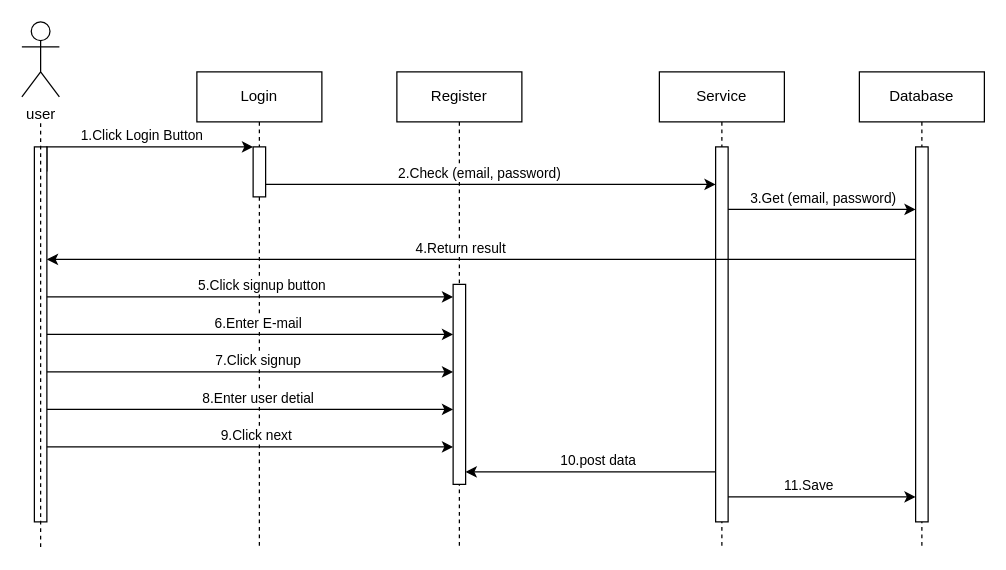
The draw.io diagram sequence.drawio in B-Chidsanu/project1, before the edit. Source tidied: cells renumbered, new cells numbered last; positions are measured from the earlier drawing's top-left corner, leaving out a move shared by most shapes. Both pictures are drawn from the tidied source at 125%, with x=0, y=0 at pixel (21, 21).
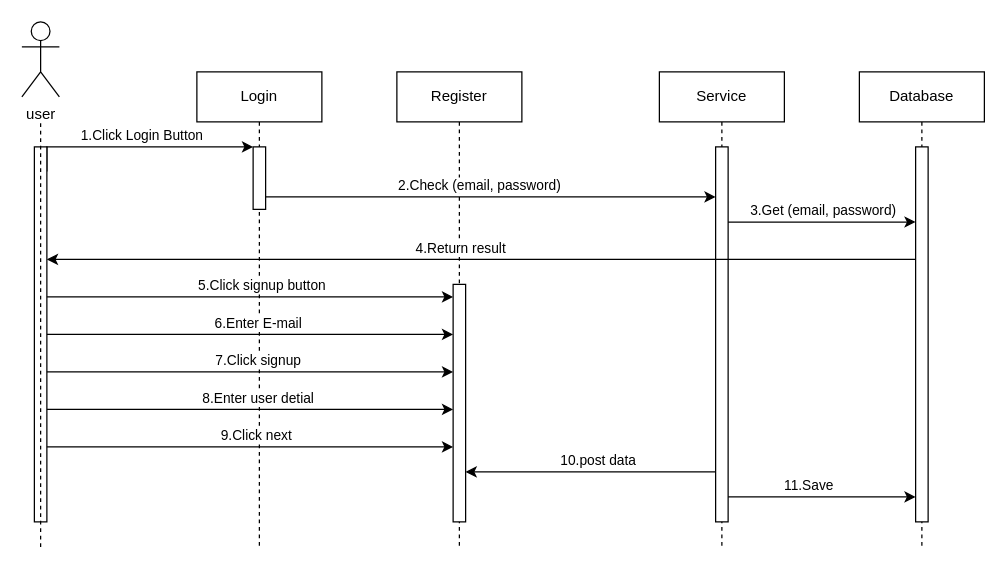
After the change.

Unchanged cells that the change refers to:
```xml
<mxCell id="2" value="Login" style="shape=umlLifeline;perimeter=lifelinePerimeter;whiteSpace=wrap;html=1;newEdgeStyle={&quot;edgeStyle&quot;:&quot;elbowEdgeStyle&quot;,&quot;elbow&quot;:&quot;vertical&quot;,&quot;curved&quot;:0,&quot;rounded&quot;:0};" parent="1" vertex="1">
  <mxGeometry x="140" y="40" width="100" height="380" as="geometry" />
</mxCell>
<mxCell id="13" value="Register" style="shape=umlLifeline;perimeter=lifelinePerimeter;whiteSpace=wrap;html=1;newEdgeStyle={&quot;edgeStyle&quot;:&quot;elbowEdgeStyle&quot;,&quot;elbow&quot;:&quot;vertical&quot;,&quot;curved&quot;:0,&quot;rounded&quot;:0};" parent="1" vertex="1">
  <mxGeometry x="300" y="40" width="100" height="380" as="geometry" />
</mxCell>
<mxCell id="18" style="html=1;points=[];perimeter=orthogonalPerimeter;outlineConnect=0;targetShapes=umlLifeline;portConstraint=eastwest;newEdgeStyle={&quot;edgeStyle&quot;:&quot;elbowEdgeStyle&quot;,&quot;elbow&quot;:&quot;vertical&quot;,&quot;curved&quot;:0,&quot;rounded&quot;:0};" parent="17" vertex="1">
  <mxGeometry x="45" y="60" width="10" height="300" as="geometry" />
</mxCell>
```

What changed in the source:
```diff
@@
     <mxCell id="3" style="html=1;points=[];perimeter=orthogonalPerimeter;outlineConnect=0;targetShapes=umlLifeline;portConstraint=eastwest;newEdgeStyle={&quot;edgeStyle&quot;:&quot;elbowEdgeStyle&quot;,&quot;elbow&quot;:&quot;vertical&quot;,&quot;curved&quot;:0,&quot;rounded&quot;:0};" parent="2" vertex="1">
-      <mxGeometry x="45" y="60" width="10" height="40" as="geometry" />
+      <mxGeometry x="45" y="60" width="10" height="50" as="geometry" />
     </mxCell>
@@
     <mxCell id="14" style="html=1;points=[];perimeter=orthogonalPerimeter;outlineConnect=0;targetShapes=umlLifeline;portConstraint=eastwest;newEdgeStyle={&quot;edgeStyle&quot;:&quot;elbowEdgeStyle&quot;,&quot;elbow&quot;:&quot;vertical&quot;,&quot;curved&quot;:0,&quot;rounded&quot;:0};" parent="13" vertex="1">
-      <mxGeometry x="45" y="170" width="10" height="160" as="geometry" />
+      <mxGeometry x="45" y="170" width="10" height="190" as="geometry" />
     </mxCell>
-    <mxCell id="15" style="edgeStyle=elbowEdgeStyle;rounded=0;jettySize=auto;html=1;elbow=vertical;curved=0;" parent="1" edge="1" target="18">
+    <mxCell id="15" style="edgeStyle=elbowEdgeStyle;rounded=0;orthogonalLoop=1;jettySize=auto;html=1;elbow=vertical;curved=0;" parent="1" edge="1">
       <mxGeometry relative="1" as="geometry">
-        <mxPoint x="195" y="130" as="sourcePoint" />
+        <mxPoint x="195" y="140" as="sourcePoint" />
+        <mxPoint x="555" y="140" as="targetPoint" />
         <Array as="points">
-          <mxPoint x="205" y="130" />
+          <mxPoint x="205" y="140" />
         </Array>
       </mxGeometry>
     </mxCell>
@@
-    <mxCell id="19" style="edgeStyle=elbowEdgeStyle;rounded=0;jettySize=auto;html=1;elbow=vertical;curved=0;entryX=0.5;entryY=0.217;entryDx=0;entryDy=0;entryPerimeter=0;" parent="1" edge="1" source="18">
+    <mxCell id="19" style="edgeStyle=elbowEdgeStyle;rounded=0;orthogonalLoop=1;jettySize=auto;html=1;elbow=vertical;curved=0;entryX=0.5;entryY=0.217;entryDx=0;entryDy=0;entryPerimeter=0;" parent="1" edge="1">
       <mxGeometry relative="1" as="geometry">
-        <mxPoint x="715" y="149.9" as="targetPoint" />
+        <mxPoint x="565" y="160.1" as="sourcePoint" />
+        <mxPoint x="715" y="160" as="targetPoint" />
         <Array as="points">
-          <mxPoint x="705" y="150" />
+          <mxPoint x="705" y="160.1" />
         </Array>
       </mxGeometry>
     </mxCell>
```
